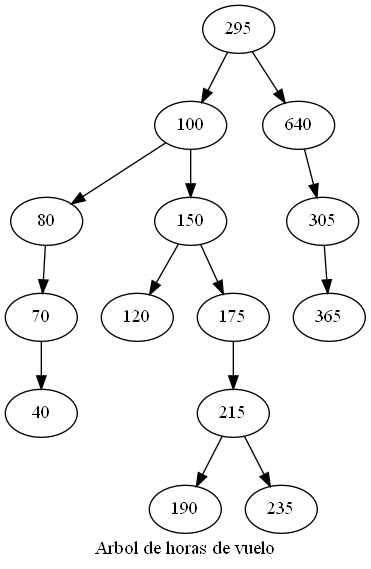
Earlier version of the Graphviz export imagenes/horasVuelo.png (MarvinCastellanos/201700490_EDD_Proyecto). Its source is kept beside it as dot/horasVuelo.dot.
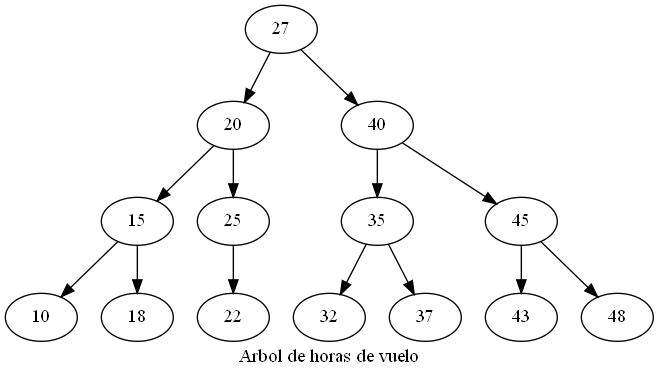
The same diagram one commit later.

Change to the diagram source:
```diff
@@ -1,16 +1,16 @@
 digraph G {
   label="Arbol de horas de vuelo";
-    295 -> 100;
-    100 -> 80;
-    80 -> 70;
-    70 -> 40;
-    100 -> 150;
-    150 -> 120;
-    150 -> 175;
-    175 -> 215;
-    215 -> 190;
-    215 -> 235;
-    295 -> 640;
-    640 -> 305;
-    305 -> 365;
+    27 -> 20;
+    20 -> 15;
+    15 -> 10;
+    15 -> 18;
+    20 -> 25;
+    25 -> 22;
+    27 -> 40;
+    40 -> 35;
+    35 -> 32;
+    35 -> 37;
+    40 -> 45;
+    45 -> 43;
+    45 -> 48;
 }
```
